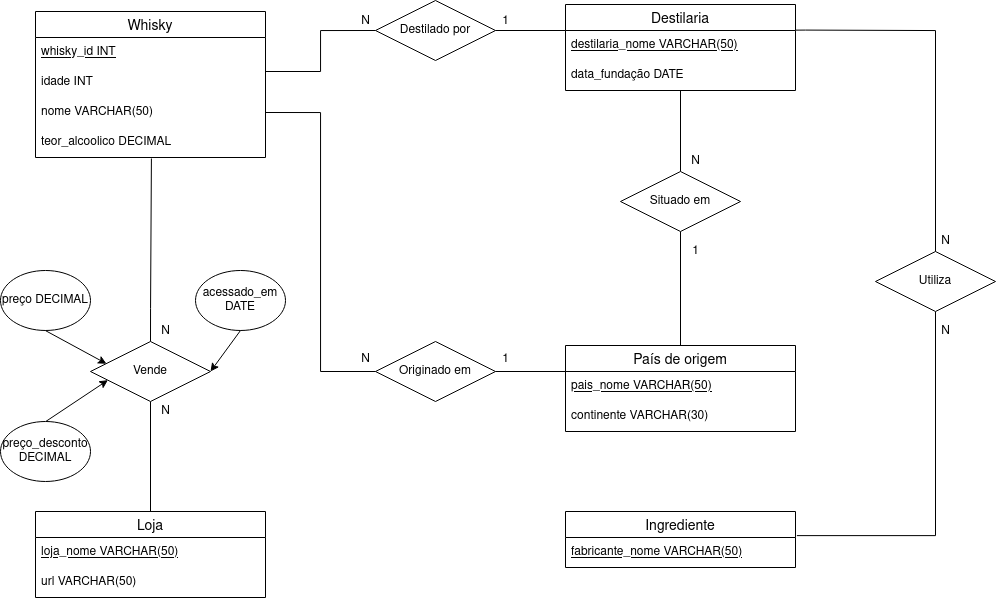
Above: diagrama-ER.png in felipedallmann/Trabalho_Banco_de_Dados (draw.io), before the change. Source tidied: cells renumbered, new cells last; positions are measured from the earlier drawing's top-left corner, leaving out a move shared by most shapes.
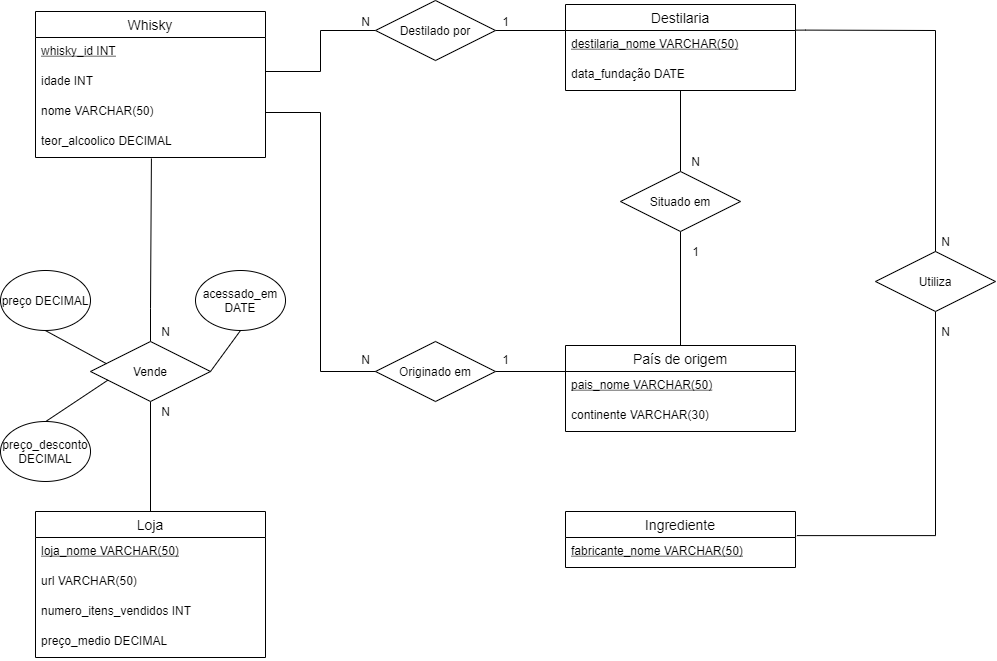
The same diagram one commit later.

Commit message:
Adicionando novos atributos numéricos no diagrama

Change to the diagram source:
```diff
@@ -66,7 +66,7 @@
       <mxGeometry relative="1" as="geometry" />
     </mxCell>
     <mxCell id="20" value="Loja" style="swimlane;fontStyle=0;horizontal=1;startSize=26;align=center;fontSize=14;" parent="1" vertex="1">
-      <mxGeometry x="35" y="511" width="230" height="86" as="geometry" />
+      <mxGeometry x="35" y="511" width="230" height="146" as="geometry" />
     </mxCell>
     <mxCell id="21" value="loja_nome VARCHAR(50)" style="text;strokeColor=none;fillColor=none;spacingLeft=4;spacingRight=4;overflow=hidden;fontSize=12;fontStyle=4;" parent="20" vertex="1">
       <mxGeometry y="26" width="230" height="30" as="geometry" />
@@ -74,6 +74,12 @@
     <mxCell id="22" value="url VARCHAR(50)" style="text;strokeColor=none;fillColor=none;spacingLeft=4;spacingRight=4;overflow=hidden;fontSize=12;fontStyle=0;" parent="20" vertex="1">
       <mxGeometry y="56" width="230" height="30" as="geometry" />
     </mxCell>
+    <mxCell id="49" value="numero_itens_vendidos INT" style="text;strokeColor=none;fillColor=none;spacingLeft=4;spacingRight=4;overflow=hidden;fontSize=12;fontStyle=0;" parent="20" vertex="1">
+      <mxGeometry y="86" width="230" height="30" as="geometry" />
+    </mxCell>
+    <mxCell id="50" value="preço_medio DECIMAL " style="text;strokeColor=none;fillColor=none;spacingLeft=4;spacingRight=4;overflow=hidden;fontSize=12;fontStyle=0;" parent="20" vertex="1">
+      <mxGeometry y="116" width="230" height="30" as="geometry" />
+    </mxCell>
     <mxCell id="23" style="edgeStyle=orthogonalEdgeStyle;rounded=0;jettySize=auto;html=1;exitX=0.5;exitY=0;exitDx=0;exitDy=0;endArrow=none;endFill=0;entryX=0.504;entryY=1.033;entryDx=0;entryDy=0;entryPerimeter=0;" parent="1" edge="1" source="24" target="6">
       <mxGeometry relative="1" as="geometry">
         <Array as="points">
@@ -154,12 +160,12 @@
     <mxCell id="42" value="N" style="text;html=1;align=center;verticalAlign=middle;strokeColor=none;fillColor=none;" parent="1" vertex="1">
       <mxGeometry x="935" y="321" width="20" height="20" as="geometry" />
     </mxCell>
-    <mxCell id="43" style="rounded=0;jettySize=auto;html=1;entryX=0.145;entryY=0.644;entryDx=0;entryDy=0;entryPerimeter=0;exitX=0.469;exitY=-0.002;exitDx=0;exitDy=0;exitPerimeter=0;" parent="1" edge="1" target="24">
+    <mxCell id="43" style="rounded=0;jettySize=auto;html=1;entryX=0.145;entryY=0.644;entryDx=0;entryDy=0;entryPerimeter=0;exitX=0.469;exitY=-0.002;exitDx=0;exitDy=0;exitPerimeter=0;endArrow=none;endFill=0;" parent="1" edge="1" target="24">
       <mxGeometry relative="1" as="geometry">
         <mxPoint x="45.4" y="420.9" as="sourcePoint" />
       </mxGeometry>
     </mxCell>
-    <mxCell id="44" style="rounded=0;jettySize=auto;html=1;entryX=0.133;entryY=0.37;entryDx=0;entryDy=0;entryPerimeter=0;exitX=0.449;exitY=1.002;exitDx=0;exitDy=0;exitPerimeter=0;" parent="1" edge="1" target="24">
+    <mxCell id="44" style="rounded=0;jettySize=auto;html=1;entryX=0.133;entryY=0.37;entryDx=0;entryDy=0;entryPerimeter=0;exitX=0.449;exitY=1.002;exitDx=0;exitDy=0;exitPerimeter=0;endArrow=none;endFill=0;" parent="1" edge="1" target="24">
       <mxGeometry relative="1" as="geometry">
         <mxPoint x="44.9" y="330.1" as="sourcePoint" />
       </mxGeometry>
@@ -170,7 +176,7 @@
     <mxCell id="46" value="preço DECIMAL" style="ellipse;whiteSpace=wrap;html=1;rounded=1;strokeColor=default;fillColor=none;" parent="1" vertex="1">
       <mxGeometry y="270" width="90" height="60" as="geometry" />
     </mxCell>
-    <mxCell id="47" style="edgeStyle=none;rounded=0;jettySize=auto;html=1;exitX=0.5;exitY=1;exitDx=0;exitDy=0;entryX=1;entryY=0.5;entryDx=0;entryDy=0;" parent="1" edge="1" source="48" target="24">
+    <mxCell id="47" style="edgeStyle=none;rounded=0;jettySize=auto;html=1;exitX=0.5;exitY=1;exitDx=0;exitDy=0;entryX=1;entryY=0.5;entryDx=0;entryDy=0;endArrow=none;endFill=0;" parent="1" edge="1" source="48" target="24">
       <mxGeometry relative="1" as="geometry" />
     </mxCell>
     <mxCell id="48" value="acessado_em DATE" style="ellipse;whiteSpace=wrap;html=1;rounded=1;strokeColor=default;fillColor=none;" parent="1" vertex="1">
```
